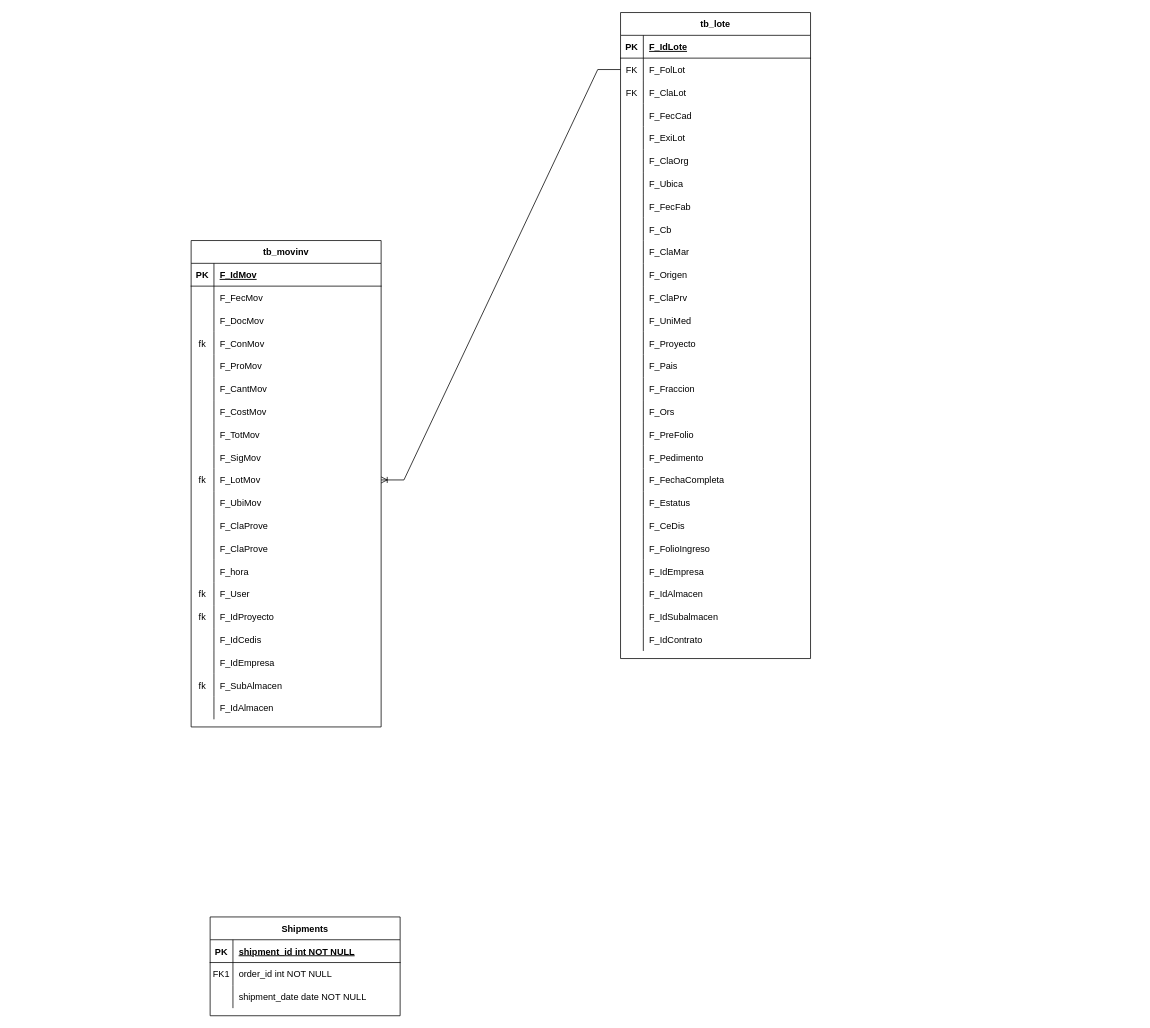
This is TraspasosSubalmacenes.drawio from ErnestoDanielTafoyaMolinaCYM/clases-cat-cym, a draw.io file, before an edit. Source tidied: cells renumbered, new cells numbered last; positions are measured from the earlier drawing's top-left corner, leaving out a move shared by most shapes. Both pictures are drawn from the tidied source at 76%, with x=0, y=0 at pixel (191, 12).
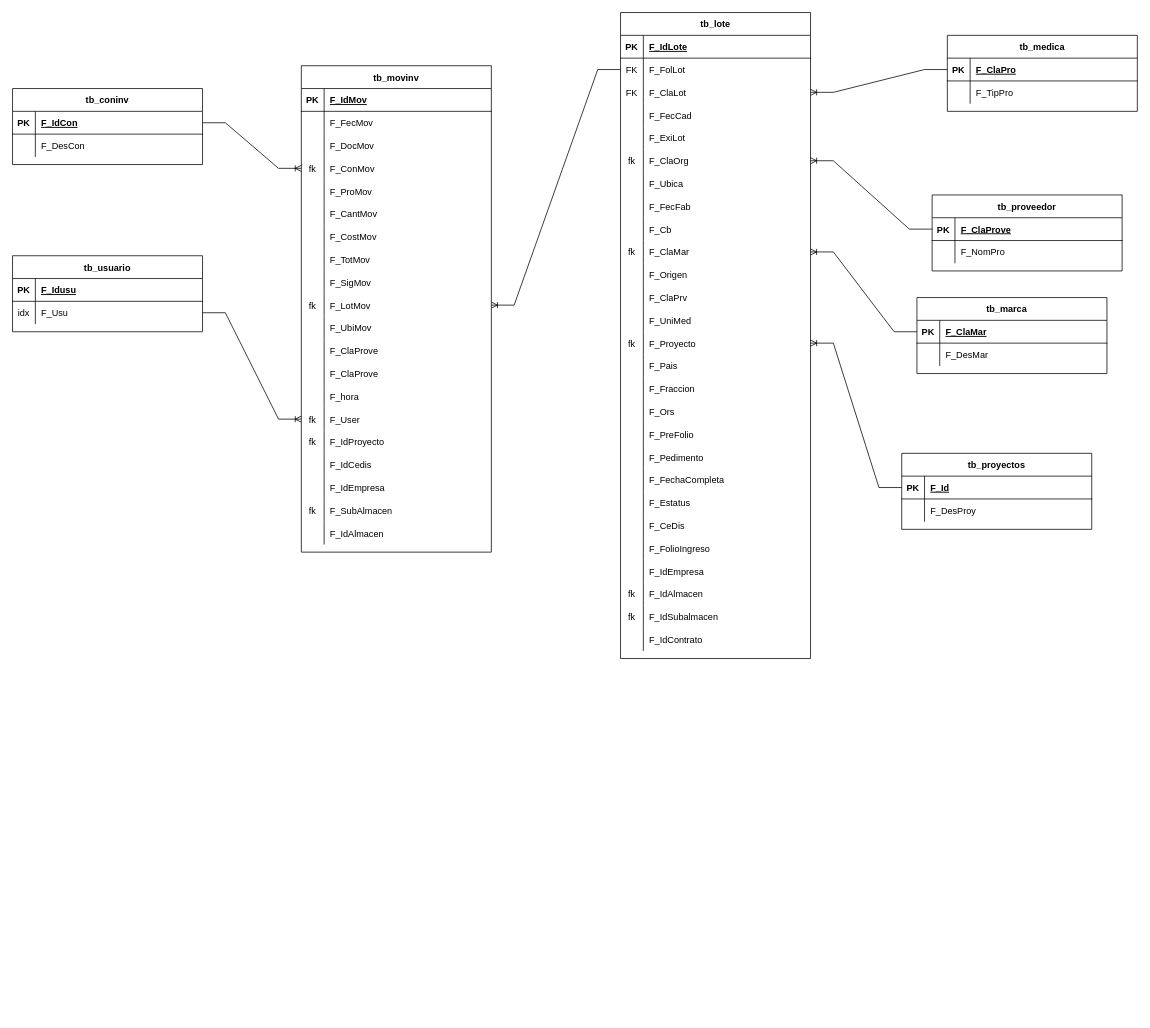
After the change.

The change refers to these unchanged cells:
```xml
<mxCell id="9" style="shape=partialRectangle;fillColor=none;points=[[0,0.5],[1,0.5]];portConstraint=eastwest;top=0;left=0;right=0;bottom=0;" parent="2" vertex="1">
  <mxGeometry y="90" width="250" height="30" as="geometry" />
</mxCell>
<mxCell id="18" style="shape=partialRectangle;fillColor=none;points=[[0,0.5],[1,0.5]];portConstraint=eastwest;top=0;left=0;right=0;bottom=0;" parent="2" vertex="1">
  <mxGeometry y="180" width="250" height="30" as="geometry" />
</mxCell>
<mxCell id="30" style="shape=partialRectangle;fillColor=none;points=[[0,0.5],[1,0.5]];portConstraint=eastwest;top=0;left=0;right=0;bottom=0;" parent="2" vertex="1">
  <mxGeometry y="300" width="250" height="30" as="geometry" />
</mxCell>
<mxCell id="42" style="shape=partialRectangle;fillColor=none;points=[[0,0.5],[1,0.5]];portConstraint=eastwest;top=0;left=0;right=0;bottom=0;" parent="2" vertex="1">
  <mxGeometry y="420" width="250" height="30" as="geometry" />
</mxCell>
<mxCell id="75" style="shape=partialRectangle;fillColor=none;top=0;left=0;right=0;bottom=0;" parent="2" vertex="1">
  <mxGeometry y="750" width="250" height="30" as="geometry" />
</mxCell>
<mxCell id="78" style="shape=partialRectangle;fillColor=none;top=0;left=0;right=0;bottom=0;" parent="2" vertex="1">
  <mxGeometry y="780" width="250" height="30" as="geometry" />
</mxCell>
<mxCell id="85" style="shape=partialRectangle;fillColor=none;points=[[0,0.5],[1,0.5]];portConstraint=eastwest;top=0;left=0;right=0;bottom=1;" parent="84" vertex="1">
  <mxGeometry y="30" width="250" height="30" as="geometry" />
</mxCell>
<mxCell id="88" style="shape=partialRectangle;fillColor=none;top=0;left=0;right=0;bottom=0;" parent="84" vertex="1">
  <mxGeometry y="60" width="250" height="30" as="geometry" />
</mxCell>
<mxCell id="104" style="shape=partialRectangle;fillColor=none;points=[[0,0.5],[1,0.5]];portConstraint=eastwest;top=0;left=0;right=0;bottom=0;" parent="94" vertex="1">
  <mxGeometry y="120" width="250" height="30" as="geometry" />
</mxCell>
<mxCell id="137" style="shape=partialRectangle;fillColor=none;points=[[0,0.5],[1,0.5]];portConstraint=eastwest;top=0;left=0;right=0;bottom=0;" parent="94" vertex="1">
  <mxGeometry y="450" width="250" height="30" as="geometry" />
</mxCell>
```

Change to the diagram source:
```diff
@@
-    <mxCell id="19" style="shape=partialRectangle;overflow=hidden;fillColor=none;top=0;left=0;bottom=0;right=0;" parent="18" vertex="1">
+    <mxCell id="19" value="fk" style="shape=partialRectangle;overflow=hidden;fillColor=none;top=0;left=0;bottom=0;right=0;" parent="18" vertex="1">
       <mxGeometry width="30" height="30" as="geometry" />
     </mxCell>
@@
-    <mxCell id="31" style="shape=partialRectangle;overflow=hidden;fillColor=none;top=0;left=0;bottom=0;right=0;" parent="30" vertex="1">
+    <mxCell id="31" value="fk" style="shape=partialRectangle;overflow=hidden;fillColor=none;top=0;left=0;bottom=0;right=0;" parent="30" vertex="1">
       <mxGeometry width="30" height="30" as="geometry" />
     </mxCell>
@@
-    <mxCell id="43" style="shape=partialRectangle;overflow=hidden;fillColor=none;top=0;left=0;bottom=0;right=0;" parent="42" vertex="1">
+    <mxCell id="43" value="fk" style="shape=partialRectangle;overflow=hidden;fillColor=none;top=0;left=0;bottom=0;right=0;" parent="42" vertex="1">
       <mxGeometry width="30" height="30" as="geometry" />
     </mxCell>
@@
-    <mxCell id="76" style="shape=partialRectangle;overflow=hidden;fillColor=none;top=0;left=0;bottom=0;right=0;" parent="75" vertex="1">
+    <mxCell id="76" value="fk" style="shape=partialRectangle;overflow=hidden;fillColor=none;top=0;left=0;bottom=0;right=0;" parent="75" vertex="1">
       <mxGeometry width="30" height="30" as="geometry" />
     </mxCell>
@@
-    <mxCell id="79" style="shape=partialRectangle;overflow=hidden;fillColor=none;top=0;left=0;bottom=0;right=0;" parent="78" vertex="1">
+    <mxCell id="79" value="fk" style="shape=partialRectangle;overflow=hidden;fillColor=none;top=0;left=0;bottom=0;right=0;" parent="78" vertex="1">
       <mxGeometry width="30" height="30" as="geometry" />
     </mxCell>
@@
-    <mxCell id="84" value="Shipments" style="shape=table;startSize=30;childLayout=tableLayout;rowLines=0;fontStyle=1;align=center;" parent="1" vertex="1">
-      <mxGeometry x="25" y="1190" width="250" height="130" as="geometry" />
+    <mxCell id="84" value="tb_coninv" style="shape=table;startSize=30;childLayout=tableLayout;rowLines=0;fontStyle=1;align=center;" parent="1" vertex="1">
+      <mxGeometry x="-235" y="100" width="250" height="100" as="geometry" />
     </mxCell>
@@
-    <mxCell id="87" value="shipment_id int NOT NULL " style="shape=partialRectangle;overflow=hidden;fillColor=none;top=0;left=0;bottom=0;right=0;align=left;spacingLeft=6;fontStyle=5;" parent="85" vertex="1">
+    <mxCell id="87" value="F_IdCon" style="shape=partialRectangle;overflow=hidden;fillColor=none;top=0;left=0;bottom=0;right=0;align=left;spacingLeft=6;fontStyle=5;" parent="85" vertex="1">
       <mxGeometry x="30" width="220" height="30" as="geometry" />
     </mxCell>
@@
-    <mxCell id="89" value="FK1" style="shape=partialRectangle;overflow=hidden;fillColor=none;top=0;left=0;bottom=0;right=0;" parent="88" vertex="1">
+    <mxCell id="89" style="shape=partialRectangle;overflow=hidden;fillColor=none;top=0;left=0;bottom=0;right=0;" parent="88" vertex="1">
       <mxGeometry width="30" height="30" as="geometry" />
     </mxCell>
-    <mxCell id="90" value="order_id int NOT NULL" style="shape=partialRectangle;overflow=hidden;fillColor=none;top=0;left=0;bottom=0;right=0;align=left;spacingLeft=6;" parent="88" vertex="1">
+    <mxCell id="90" value="F_DesCon" style="shape=partialRectangle;overflow=hidden;fillColor=none;top=0;left=0;bottom=0;right=0;align=left;spacingLeft=6;" parent="88" vertex="1">
       <mxGeometry x="30" width="220" height="30" as="geometry" />
     </mxCell>
-    <mxCell id="91" style="shape=partialRectangle;fillColor=none;top=0;left=0;right=0;bottom=0;" parent="84" vertex="1">
-      <mxGeometry y="90" width="250" height="30" as="geometry" />
-    </mxCell>
-    <mxCell id="92" style="shape=partialRectangle;overflow=hidden;fillColor=none;top=0;left=0;bottom=0;right=0;" parent="91" vertex="1">
-      <mxGeometry width="30" height="30" as="geometry" />
-    </mxCell>
-    <mxCell id="93" value="shipment_date date NOT NULL" style="shape=partialRectangle;overflow=hidden;fillColor=none;top=0;left=0;bottom=0;right=0;align=left;spacingLeft=6;" parent="91" vertex="1">
-      <mxGeometry x="30" width="220" height="30" as="geometry" />
-    </mxCell>
     <mxCell id="94" value="tb_movinv" style="shape=table;startSize=30;childLayout=tableLayout;rowLines=0;fontStyle=1;align=center;" parent="1" vertex="1">
-      <mxGeometry y="300" width="250" height="640" as="geometry" />
+      <mxGeometry x="145" y="70" width="250" height="640" as="geometry" />
     </mxCell>
@@
+    <mxCell id="156" style="edgeStyle=entityRelationEdgeStyle;fontSize=12;html=1;endArrow=ERoneToMany;rounded=0;entryX=0;entryY=0.5;entryDx=0;entryDy=0;exitX=1;exitY=0.5;exitDx=0;exitDy=0;" parent="1" edge="1" source="85" target="104">
+      <mxGeometry relative="1" as="geometry" />
+    </mxCell>
+    <mxCell id="157" value="tb_usuario" style="shape=table;startSize=30;childLayout=tableLayout;rowLines=0;fontStyle=1;align=center;" parent="1" vertex="1">
+      <mxGeometry x="-235" y="320" width="250" height="100" as="geometry" />
+    </mxCell>
+    <mxCell id="158" style="shape=partialRectangle;fillColor=none;top=0;left=0;right=0;bottom=1;" parent="157" vertex="1">
+      <mxGeometry y="30" width="250" height="30" as="geometry" />
+    </mxCell>
+    <mxCell id="159" value="PK" style="shape=partialRectangle;overflow=hidden;fillColor=none;top=0;left=0;bottom=0;right=0;fontStyle=1;" parent="158" vertex="1">
+      <mxGeometry width="30" height="30" as="geometry" />
+    </mxCell>
+    <mxCell id="160" value="F_Idusu" style="shape=partialRectangle;overflow=hidden;fillColor=none;top=0;left=0;bottom=0;right=0;align=left;spacingLeft=6;fontStyle=5;" parent="158" vertex="1">
+      <mxGeometry x="30" width="220" height="30" as="geometry" />
+    </mxCell>
+    <mxCell id="161" style="shape=partialRectangle;fillColor=none;points=[[0,0.5],[1,0.5]];portConstraint=eastwest;top=0;left=0;right=0;bottom=0;" parent="157" vertex="1">
+      <mxGeometry y="60" width="250" height="30" as="geometry" />
+    </mxCell>
+    <mxCell id="162" value="idx" style="shape=partialRectangle;overflow=hidden;fillColor=none;top=0;left=0;bottom=0;right=0;" parent="161" vertex="1">
+      <mxGeometry width="30" height="30" as="geometry" />
+    </mxCell>
+    <mxCell id="163" value="F_Usu" style="shape=partialRectangle;overflow=hidden;fillColor=none;top=0;left=0;bottom=0;right=0;align=left;spacingLeft=6;" parent="161" vertex="1">
+      <mxGeometry x="30" width="220" height="30" as="geometry" />
+    </mxCell>
+    <mxCell id="164" style="edgeStyle=entityRelationEdgeStyle;fontSize=12;html=1;endArrow=ERoneToMany;rounded=0;entryX=0;entryY=0.5;entryDx=0;entryDy=0;exitX=1;exitY=0.5;exitDx=0;exitDy=0;" parent="1" edge="1" source="161" target="137">
+      <mxGeometry relative="1" as="geometry" />
+    </mxCell>
+    <mxCell id="165" value="tb_proyectos" style="shape=table;startSize=30;childLayout=tableLayout;rowLines=0;fontStyle=1;align=center;" parent="1" vertex="1">
+      <mxGeometry x="935" y="580" width="250" height="100" as="geometry" />
+    </mxCell>
+    <mxCell id="166" style="shape=partialRectangle;fillColor=none;points=[[0,0.5],[1,0.5]];portConstraint=eastwest;top=0;left=0;right=0;bottom=1;" parent="165" vertex="1">
+      <mxGeometry y="30" width="250" height="30" as="geometry" />
+    </mxCell>
+    <mxCell id="167" value="PK" style="shape=partialRectangle;overflow=hidden;fillColor=none;top=0;left=0;bottom=0;right=0;fontStyle=1;" parent="166" vertex="1">
+      <mxGeometry width="30" height="30" as="geometry" />
+    </mxCell>
+    <mxCell id="168" value="F_Id" style="shape=partialRectangle;overflow=hidden;fillColor=none;top=0;left=0;bottom=0;right=0;align=left;spacingLeft=6;fontStyle=5;" parent="166" vertex="1">
+      <mxGeometry x="30" width="220" height="30" as="geometry" />
+    </mxCell>
+    <mxCell id="169" style="shape=partialRectangle;fillColor=none;top=0;left=0;right=0;bottom=0;" parent="165" vertex="1">
+      <mxGeometry y="60" width="250" height="30" as="geometry" />
+    </mxCell>
+    <mxCell id="170" style="shape=partialRectangle;overflow=hidden;fillColor=none;top=0;left=0;bottom=0;right=0;" parent="169" vertex="1">
+      <mxGeometry width="30" height="30" as="geometry" />
+    </mxCell>
+    <mxCell id="171" value="F_DesProy" style="shape=partialRectangle;overflow=hidden;fillColor=none;top=0;left=0;bottom=0;right=0;align=left;spacingLeft=6;" parent="169" vertex="1">
+      <mxGeometry x="30" width="220" height="30" as="geometry" />
+    </mxCell>
+    <mxCell id="172" value="tb_medica" style="shape=table;startSize=30;childLayout=tableLayout;rowLines=0;fontStyle=1;align=center;" parent="1" vertex="1">
+      <mxGeometry x="995" y="30" width="250" height="100" as="geometry" />
+    </mxCell>
+    <mxCell id="173" style="shape=partialRectangle;fillColor=none;points=[[0,0.5],[1,0.5]];portConstraint=eastwest;top=0;left=0;right=0;bottom=1;" parent="172" vertex="1">
+      <mxGeometry y="30" width="250" height="30" as="geometry" />
+    </mxCell>
+    <mxCell id="174" value="PK" style="shape=partialRectangle;overflow=hidden;fillColor=none;top=0;left=0;bottom=0;right=0;fontStyle=1;" parent="173" vertex="1">
+      <mxGeometry width="30" height="30" as="geometry" />
+    </mxCell>
+    <mxCell id="175" value="F_ClaPro" style="shape=partialRectangle;overflow=hidden;fillColor=none;top=0;left=0;bottom=0;right=0;align=left;spacingLeft=6;fontStyle=5;" parent="173" vertex="1">
+      <mxGeometry x="30" width="220" height="30" as="geometry" />
+    </mxCell>
+    <mxCell id="176" style="shape=partialRectangle;fillColor=none;top=0;left=0;right=0;bottom=0;" parent="172" vertex="1">
+      <mxGeometry y="60" width="250" height="30" as="geometry" />
+    </mxCell>
+    <mxCell id="177" style="shape=partialRectangle;overflow=hidden;fillColor=none;top=0;left=0;bottom=0;right=0;" parent="176" vertex="1">
+      <mxGeometry width="30" height="30" as="geometry" />
+    </mxCell>
+    <mxCell id="178" value="F_TipPro" style="shape=partialRectangle;overflow=hidden;fillColor=none;top=0;left=0;bottom=0;right=0;align=left;spacingLeft=6;" parent="176" vertex="1">
+      <mxGeometry x="30" width="220" height="30" as="geometry" />
+    </mxCell>
+    <mxCell id="179" value="tb_proveedor" style="shape=table;startSize=30;childLayout=tableLayout;rowLines=0;fontStyle=1;align=center;" parent="1" vertex="1">
+      <mxGeometry x="975" y="240" width="250" height="100" as="geometry" />
+    </mxCell>
+    <mxCell id="180" style="shape=partialRectangle;fillColor=none;points=[[0,0.5],[1,0.5]];portConstraint=eastwest;top=0;left=0;right=0;bottom=1;" parent="179" vertex="1">
+      <mxGeometry y="30" width="250" height="30" as="geometry" />
+    </mxCell>
+    <mxCell id="181" value="PK" style="shape=partialRectangle;overflow=hidden;fillColor=none;top=0;left=0;bottom=0;right=0;fontStyle=1;" parent="180" vertex="1">
+      <mxGeometry width="30" height="30" as="geometry" />
+    </mxCell>
+    <mxCell id="182" value="F_ClaProve" style="shape=partialRectangle;overflow=hidden;fillColor=none;top=0;left=0;bottom=0;right=0;align=left;spacingLeft=6;fontStyle=5;" parent="180" vertex="1">
+      <mxGeometry x="30" width="220" height="30" as="geometry" />
+    </mxCell>
+    <mxCell id="183" style="shape=partialRectangle;fillColor=none;top=0;left=0;right=0;bottom=0;" parent="179" vertex="1">
+      <mxGeometry y="60" width="250" height="30" as="geometry" />
+    </mxCell>
+    <mxCell id="184" style="shape=partialRectangle;overflow=hidden;fillColor=none;top=0;left=0;bottom=0;right=0;" parent="183" vertex="1">
+      <mxGeometry width="30" height="30" as="geometry" />
+    </mxCell>
+    <mxCell id="185" value="F_NomPro" style="shape=partialRectangle;overflow=hidden;fillColor=none;top=0;left=0;bottom=0;right=0;align=left;spacingLeft=6;" parent="183" vertex="1">
+      <mxGeometry x="30" width="220" height="30" as="geometry" />
+    </mxCell>
+    <mxCell id="186" value="tb_marca    " style="shape=table;startSize=30;childLayout=tableLayout;rowLines=0;fontStyle=1;align=center;" parent="1" vertex="1">
+      <mxGeometry x="955" y="375" width="250" height="100" as="geometry" />
+    </mxCell>
+    <mxCell id="187" style="shape=partialRectangle;fillColor=none;points=[[0,0.5],[1,0.5]];portConstraint=eastwest;top=0;left=0;right=0;bottom=1;" parent="186" vertex="1">
+      <mxGeometry y="30" width="250" height="30" as="geometry" />
+    </mxCell>
+    <mxCell id="188" value="PK" style="shape=partialRectangle;overflow=hidden;fillColor=none;top=0;left=0;bottom=0;right=0;fontStyle=1;" parent="187" vertex="1">
+      <mxGeometry width="30" height="30" as="geometry" />
+    </mxCell>
+    <mxCell id="189" value="F_ClaMar" style="shape=partialRectangle;overflow=hidden;fillColor=none;top=0;left=0;bottom=0;right=0;align=left;spacingLeft=6;fontStyle=5;" parent="187" vertex="1">
+      <mxGeometry x="30" width="220" height="30" as="geometry" />
+    </mxCell>
+    <mxCell id="190" style="shape=partialRectangle;fillColor=none;top=0;left=0;right=0;bottom=0;" parent="186" vertex="1">
+      <mxGeometry y="60" width="250" height="30" as="geometry" />
+    </mxCell>
+    <mxCell id="191" style="shape=partialRectangle;overflow=hidden;fillColor=none;top=0;left=0;bottom=0;right=0;" parent="190" vertex="1">
+      <mxGeometry width="30" height="30" as="geometry" />
+    </mxCell>
+    <mxCell id="192" value="F_DesMar" style="shape=partialRectangle;overflow=hidden;fillColor=none;top=0;left=0;bottom=0;right=0;align=left;spacingLeft=6;" parent="190" vertex="1">
+      <mxGeometry x="30" width="220" height="30" as="geometry" />
+    </mxCell>
+    <mxCell id="193" style="edgeStyle=entityRelationEdgeStyle;fontSize=12;html=1;endArrow=ERoneToMany;rounded=0;entryX=1;entryY=0.5;entryDx=0;entryDy=0;exitX=0;exitY=0.5;exitDx=0;exitDy=0;" parent="1" edge="1" source="180" target="18">
+      <mxGeometry relative="1" as="geometry" />
+    </mxCell>
+    <mxCell id="194" style="edgeStyle=entityRelationEdgeStyle;fontSize=12;html=1;endArrow=ERoneToMany;rounded=0;entryX=1;entryY=0.5;entryDx=0;entryDy=0;exitX=0;exitY=0.5;exitDx=0;exitDy=0;" parent="1" edge="1" source="173" target="9">
+      <mxGeometry relative="1" as="geometry" />
+    </mxCell>
+    <mxCell id="195" style="edgeStyle=entityRelationEdgeStyle;fontSize=12;html=1;endArrow=ERoneToMany;rounded=0;entryX=1;entryY=0.5;entryDx=0;entryDy=0;exitX=0;exitY=0.5;exitDx=0;exitDy=0;" parent="1" edge="1" source="187" target="30">
+      <mxGeometry relative="1" as="geometry" />
+    </mxCell>
+    <mxCell id="196" style="edgeStyle=entityRelationEdgeStyle;fontSize=12;html=1;endArrow=ERoneToMany;rounded=0;entryX=1;entryY=0.5;entryDx=0;entryDy=0;exitX=0;exitY=0.5;exitDx=0;exitDy=0;" parent="1" edge="1" source="166" target="42">
+      <mxGeometry relative="1" as="geometry" />
+    </mxCell>
```
